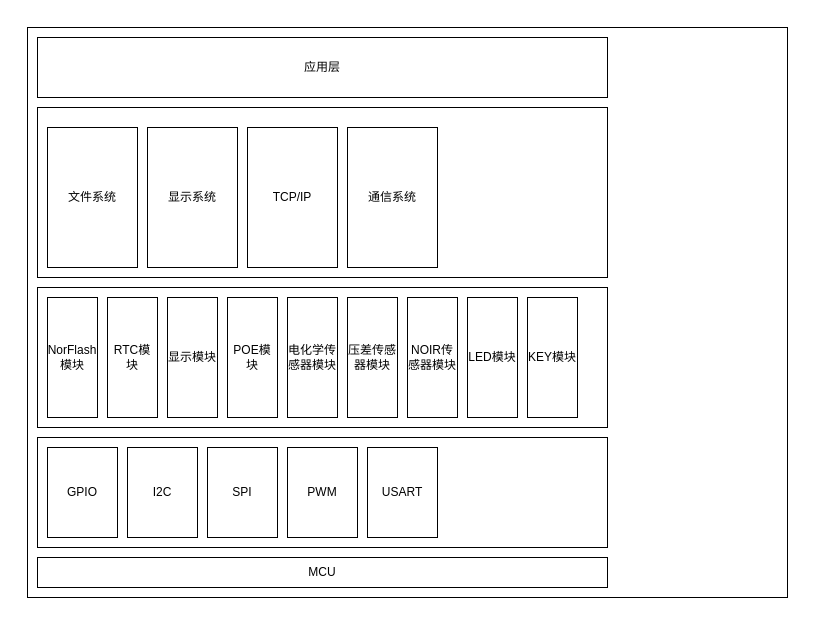
The draw.io diagram 气体传感器.drawio in HenleyEn/Note, before the edit. Source tidied: cells renumbered, new cells numbered last; positions are measured from the earlier drawing's top-left corner, leaving out a move shared by most shapes. Both pictures are drawn from the tidied source at 100%, with x=0, y=0 at pixel (27, 27).
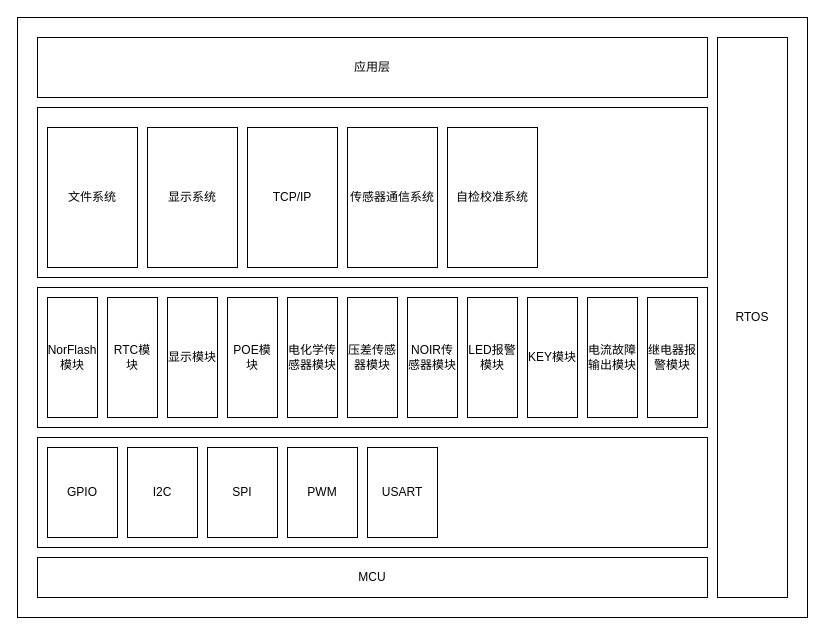
The same page after the edit.

Commit message (it also covers changes not shown here):
更新气体传感器.drawio

Change to the diagram source:
```diff
@@
     <mxCell id="2" style="rounded=0;whiteSpace=wrap;html=1;" parent="1" vertex="1">
-      <mxGeometry width="760" height="570" as="geometry" />
+      <mxGeometry x="-10" y="-10" width="790" height="600" as="geometry" />
     </mxCell>
     <mxCell id="3" value="MCU" style="rounded=0;whiteSpace=wrap;html=1;" parent="1" vertex="1">
-      <mxGeometry x="10" y="530" width="570" height="30" as="geometry" />
+      <mxGeometry x="10" y="530" width="670" height="40" as="geometry" />
     </mxCell>
     <mxCell id="4" style="rounded=0;whiteSpace=wrap;html=1;" parent="1" vertex="1">
-      <mxGeometry x="10" y="410" width="570" height="110" as="geometry" />
+      <mxGeometry x="10" y="410" width="670" height="110" as="geometry" />
     </mxCell>
@@
     <mxCell id="10" style="rounded=0;whiteSpace=wrap;html=1;" parent="1" vertex="1">
-      <mxGeometry x="10" y="260" width="570" height="140" as="geometry" />
+      <mxGeometry x="10" y="260" width="670" height="140" as="geometry" />
     </mxCell>
@@
     <mxCell id="18" style="rounded=0;whiteSpace=wrap;html=1;" parent="1" vertex="1">
-      <mxGeometry x="10" y="80" width="570" height="170" as="geometry" />
+      <mxGeometry x="10" y="80" width="670" height="170" as="geometry" />
     </mxCell>
@@
-    <mxCell id="22" value="通信系统" style="rounded=0;whiteSpace=wrap;html=1;" parent="1" vertex="1">
+    <mxCell id="22" value="传感器通信系统" style="rounded=0;whiteSpace=wrap;html=1;" parent="1" vertex="1">
       <mxGeometry x="320" y="100" width="90" height="140" as="geometry" />
     </mxCell>
     <mxCell id="23" value="应用层" style="rounded=0;whiteSpace=wrap;html=1;" parent="1" vertex="1">
-      <mxGeometry x="10" y="10" width="570" height="60" as="geometry" />
+      <mxGeometry x="10" y="10" width="670" height="60" as="geometry" />
     </mxCell>
-    <mxCell id="24" value="LED模块" style="rounded=0;whiteSpace=wrap;html=1;" parent="1" vertex="1">
+    <mxCell id="24" value="LED报警模块" style="rounded=0;whiteSpace=wrap;html=1;" parent="1" vertex="1">
       <mxGeometry x="440" y="270" width="50" height="120" as="geometry" />
     </mxCell>
@@
+    <mxCell id="26" value="RTOS" style="rounded=0;whiteSpace=wrap;html=1;" parent="1" vertex="1">
+      <mxGeometry x="690" y="10" width="70" height="560" as="geometry" />
+    </mxCell>
+    <mxCell id="27" value="电流故障输出模块" style="rounded=0;whiteSpace=wrap;html=1;" parent="1" vertex="1">
+      <mxGeometry x="560" y="270" width="50" height="120" as="geometry" />
+    </mxCell>
+    <mxCell id="28" value="自检校准系统" style="rounded=0;whiteSpace=wrap;html=1;" parent="1" vertex="1">
+      <mxGeometry x="420" y="100" width="90" height="140" as="geometry" />
+    </mxCell>
+    <mxCell id="29" value="继电器报警模块" style="rounded=0;whiteSpace=wrap;html=1;" parent="1" vertex="1">
+      <mxGeometry x="620" y="270" width="50" height="120" as="geometry" />
+    </mxCell>
```
